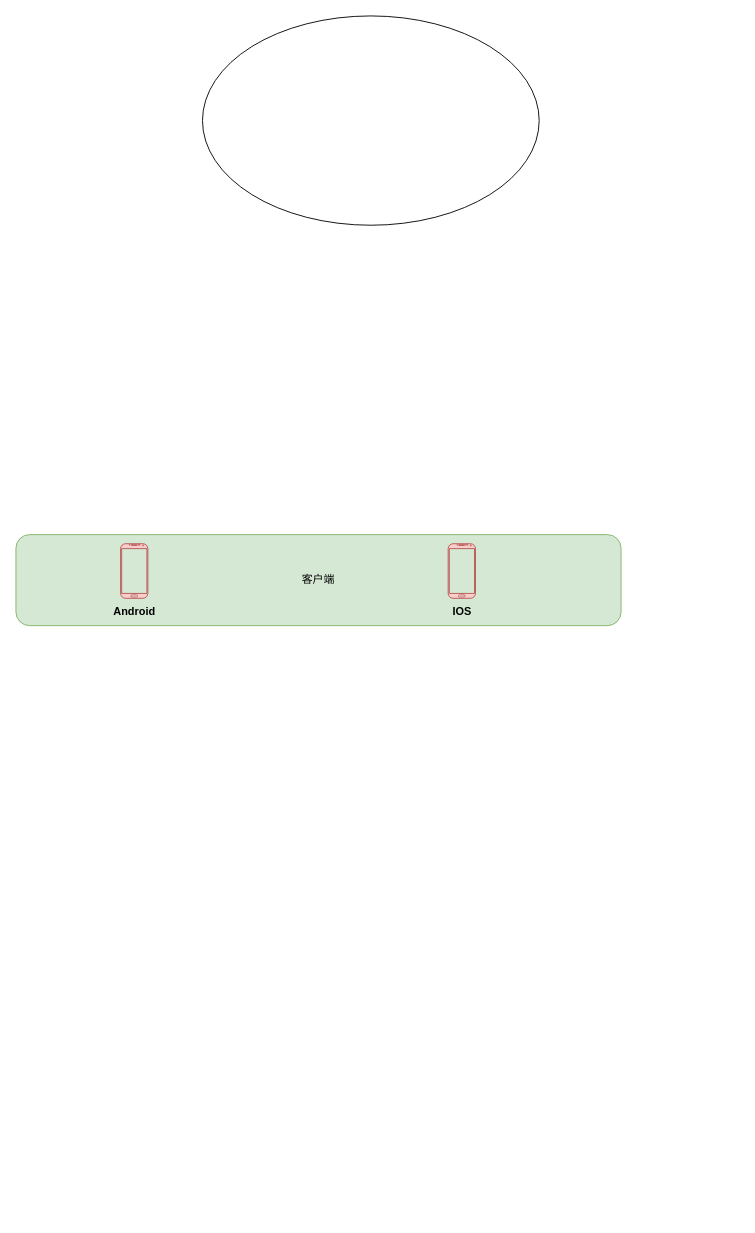
The draw.io diagram 未命名绘图.drawio in seuzxc/book, before the edit. Source tidied: cells renumbered, new cells numbered last; positions are measured from the earlier drawing's top-left corner, leaving out a move shared by most shapes. Both pictures are drawn from the tidied source at 91%, with x=0, y=0 at pixel (15, 15).
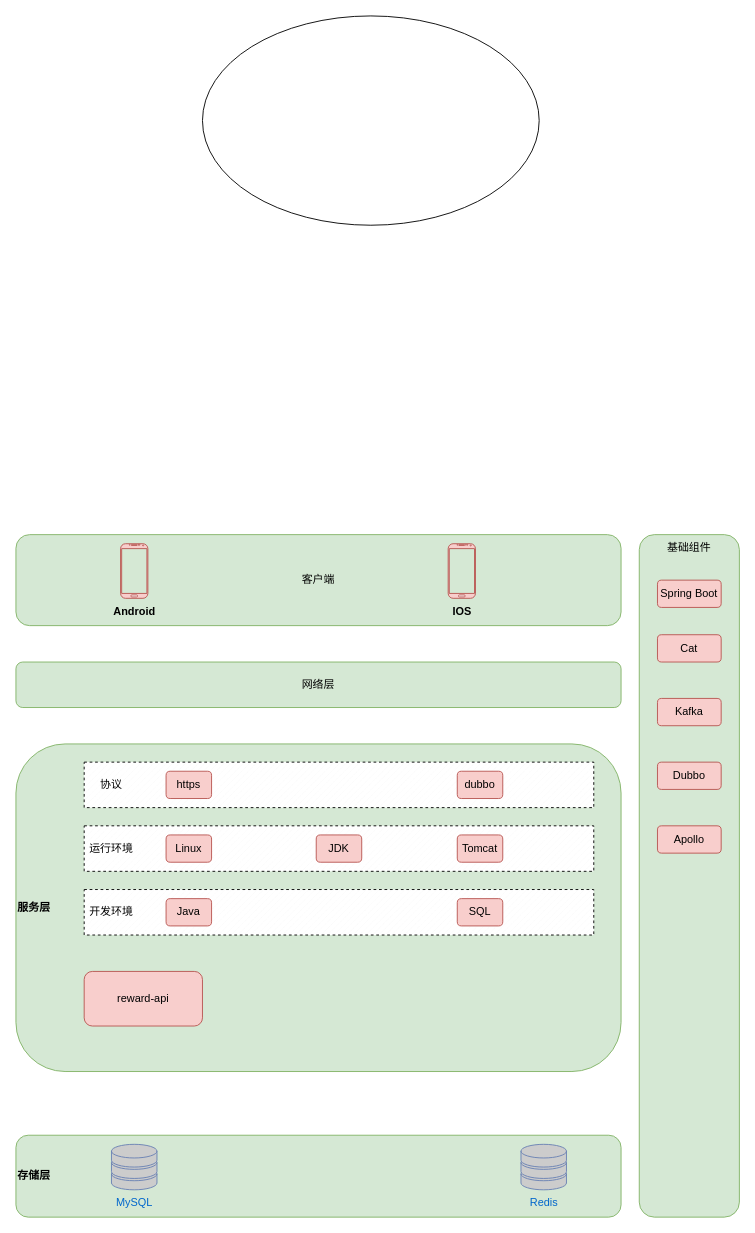
The same diagram, later.

Commit message (it also covers changes not shown here):
更新未命名绘图.drawio

Change to the diagram source:
```diff
@@
+    <mxCell id="8" value="网络层" style="rounded=1;whiteSpace=wrap;html=1;fillColor=#d5e8d4;strokeColor=#82b366;" parent="1" vertex="1">
+      <mxGeometry y="710" width="665" height="50" as="geometry" />
+    </mxCell>
+    <mxCell id="9" value="&lt;b&gt;服务层&lt;/b&gt;" style="rounded=1;whiteSpace=wrap;html=1;fillColor=#d5e8d4;strokeColor=#82b366;align=left;" parent="1" vertex="1">
+      <mxGeometry y="800" width="665" height="360" as="geometry" />
+    </mxCell>
+    <mxCell id="10" style="verticalLabelPosition=bottom;verticalAlign=top;html=1;shape=mxgraph.basic.patternFillRect;fillStyle=diag;step=5;fillStrokeWidth=0.2;fillStrokeColor=#dddddd;dashed=1;" parent="1" vertex="1">
+      <mxGeometry x="75" y="820" width="560" height="50" as="geometry" />
+    </mxCell>
+    <mxCell id="11" style="verticalLabelPosition=bottom;verticalAlign=top;html=1;shape=mxgraph.basic.patternFillRect;fillStyle=diag;step=5;fillStrokeWidth=0.2;fillStrokeColor=#dddddd;dashed=1;" parent="1" vertex="1">
+      <mxGeometry x="75" y="890" width="560" height="50" as="geometry" />
+    </mxCell>
+    <mxCell id="12" style="verticalLabelPosition=bottom;verticalAlign=top;html=1;shape=mxgraph.basic.patternFillRect;fillStyle=diag;step=5;fillStrokeWidth=0.2;fillStrokeColor=#dddddd;dashed=1;" parent="1" vertex="1">
+      <mxGeometry x="75" y="960" width="560" height="50" as="geometry" />
+    </mxCell>
+    <mxCell id="13" value="协议" style="text;html=1;strokeColor=none;fillColor=none;align=center;verticalAlign=middle;whiteSpace=wrap;rounded=0;" parent="1" vertex="1">
+      <mxGeometry x="75" y="830" width="60" height="30" as="geometry" />
+    </mxCell>
+    <mxCell id="14" value="运行环境" style="text;html=1;strokeColor=none;fillColor=none;align=center;verticalAlign=middle;whiteSpace=wrap;rounded=0;" parent="1" vertex="1">
+      <mxGeometry x="75" y="900" width="60" height="30" as="geometry" />
+    </mxCell>
+    <mxCell id="15" value="https" style="rounded=1;whiteSpace=wrap;html=1;fillColor=#f8cecc;strokeColor=#b85450;" parent="1" vertex="1">
+      <mxGeometry x="165" y="830" width="50" height="30" as="geometry" />
+    </mxCell>
+    <mxCell id="16" value="dubbo" style="rounded=1;whiteSpace=wrap;html=1;fillColor=#f8cecc;strokeColor=#b85450;" parent="1" vertex="1">
+      <mxGeometry x="485" y="830" width="50" height="30" as="geometry" />
+    </mxCell>
+    <mxCell id="17" value="Linux" style="rounded=1;whiteSpace=wrap;html=1;fillColor=#f8cecc;strokeColor=#b85450;" parent="1" vertex="1">
+      <mxGeometry x="165" y="900" width="50" height="30" as="geometry" />
+    </mxCell>
+    <mxCell id="18" value="JDK" style="rounded=1;whiteSpace=wrap;html=1;fillColor=#f8cecc;strokeColor=#b85450;" parent="1" vertex="1">
+      <mxGeometry x="330" y="900" width="50" height="30" as="geometry" />
+    </mxCell>
+    <mxCell id="19" value="Tomcat" style="rounded=1;whiteSpace=wrap;html=1;fillColor=#f8cecc;strokeColor=#b85450;" parent="1" vertex="1">
+      <mxGeometry x="485" y="900" width="50" height="30" as="geometry" />
+    </mxCell>
+    <mxCell id="20" value="开发环境" style="text;html=1;strokeColor=none;fillColor=none;align=center;verticalAlign=middle;whiteSpace=wrap;rounded=0;" parent="1" vertex="1">
+      <mxGeometry x="75" y="970" width="60" height="30" as="geometry" />
+    </mxCell>
+    <mxCell id="21" value="Java" style="rounded=1;whiteSpace=wrap;html=1;fillColor=#f8cecc;strokeColor=#b85450;" parent="1" vertex="1">
+      <mxGeometry x="165" y="970" width="50" height="30" as="geometry" />
+    </mxCell>
+    <mxCell id="22" value="SQL" style="rounded=1;whiteSpace=wrap;html=1;fillColor=#f8cecc;strokeColor=#b85450;" parent="1" vertex="1">
+      <mxGeometry x="485" y="970" width="50" height="30" as="geometry" />
+    </mxCell>
+    <mxCell id="23" value="reward-api" style="rounded=1;whiteSpace=wrap;html=1;fillColor=#f8cecc;strokeColor=#b85450;" parent="1" vertex="1">
+      <mxGeometry x="75" y="1050" width="130" height="60" as="geometry" />
+    </mxCell>
+    <mxCell id="24" value="基础组件" style="rounded=1;whiteSpace=wrap;html=1;verticalAlign=top;fillColor=#d5e8d4;strokeColor=#82b366;" parent="1" vertex="1">
+      <mxGeometry x="685" y="570" width="110" height="750" as="geometry" />
+    </mxCell>
+    <mxCell id="25" value="&lt;b&gt;存储层&lt;/b&gt;" style="rounded=1;whiteSpace=wrap;html=1;align=left;fillColor=#d5e8d4;strokeColor=#82b366;" parent="1" vertex="1">
+      <mxGeometry y="1230" width="665" height="90" as="geometry" />
+    </mxCell>
+    <mxCell id="26" value="MySQL" style="fontColor=#0066CC;verticalAlign=top;verticalLabelPosition=bottom;labelPosition=center;align=center;html=1;fillColor=#CCCCCC;strokeColor=#6881B3;gradientColor=none;gradientDirection=north;strokeWidth=2;shape=mxgraph.networks.storage;" parent="1" vertex="1">
+      <mxGeometry x="105" y="1240" width="50" height="50" as="geometry" />
+    </mxCell>
+    <mxCell id="27" value="Redis" style="fontColor=#0066CC;verticalAlign=top;verticalLabelPosition=bottom;labelPosition=center;align=center;html=1;fillColor=#CCCCCC;strokeColor=#6881B3;gradientColor=none;gradientDirection=north;strokeWidth=2;shape=mxgraph.networks.storage;" parent="1" vertex="1">
+      <mxGeometry x="555" y="1240" width="50" height="50" as="geometry" />
+    </mxCell>
+    <mxCell id="28" value="Spring Boot" style="rounded=1;whiteSpace=wrap;html=1;fillColor=#f8cecc;strokeColor=#b85450;" parent="1" vertex="1">
+      <mxGeometry x="705" y="620" width="70" height="30" as="geometry" />
+    </mxCell>
+    <mxCell id="29" value="Cat" style="rounded=1;whiteSpace=wrap;html=1;fillColor=#f8cecc;strokeColor=#b85450;" parent="1" vertex="1">
+      <mxGeometry x="705" y="680" width="70" height="30" as="geometry" />
+    </mxCell>
+    <mxCell id="30" value="Kafka" style="rounded=1;whiteSpace=wrap;html=1;fillColor=#f8cecc;strokeColor=#b85450;" parent="1" vertex="1">
+      <mxGeometry x="705" y="750" width="70" height="30" as="geometry" />
+    </mxCell>
+    <mxCell id="31" value="Dubbo" style="rounded=1;whiteSpace=wrap;html=1;fillColor=#f8cecc;strokeColor=#b85450;" parent="1" vertex="1">
+      <mxGeometry x="705" y="820" width="70" height="30" as="geometry" />
+    </mxCell>
+    <mxCell id="32" value="Apollo" style="rounded=1;whiteSpace=wrap;html=1;fillColor=#f8cecc;strokeColor=#b85450;" parent="1" vertex="1">
+      <mxGeometry x="705" y="890" width="70" height="30" as="geometry" />
+    </mxCell>
```
